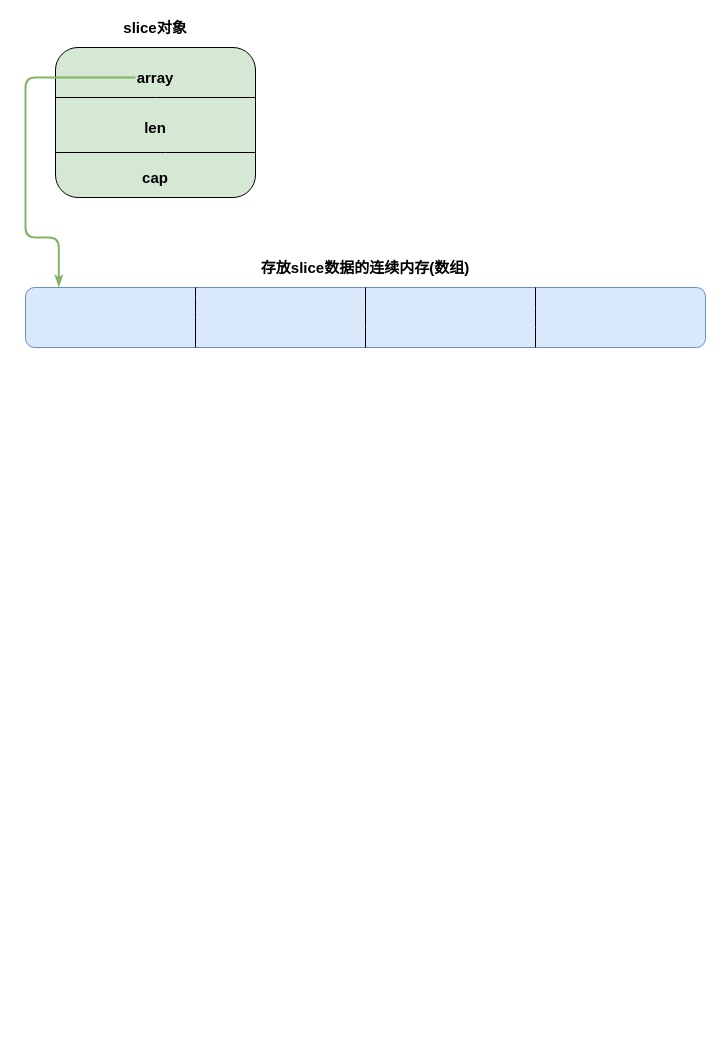
Before: GolangBlog/GoLang学习之slice源码剖析.drawio in HoA-W/drawio, a draw.io diagram. Source tidied: cells renumbered, new cells numbered last; positions are measured from the earlier drawing's top-left corner, leaving out a move shared by most shapes. Both pictures are drawn from the tidied source at 100%, with x=0, y=0 at pixel (25, 17).
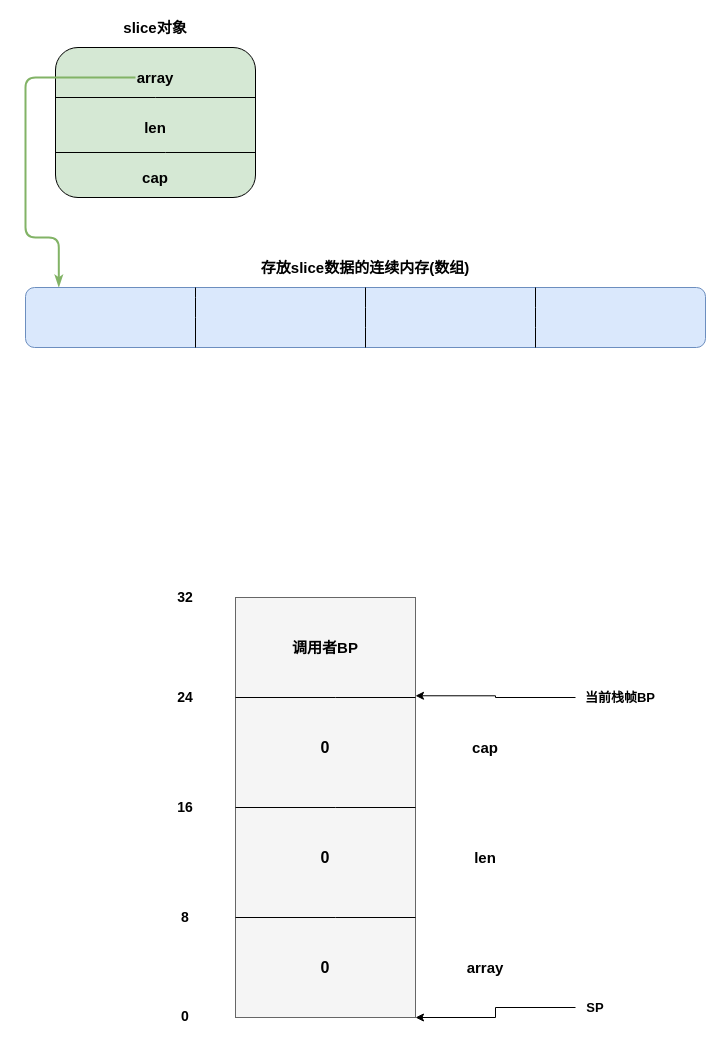
After the change.

Commit message:
update GoLang学习之slice源码剖析.drawio

Diff of the diagram source:
```diff
@@
+    <mxCell id="15" style="rounded=0;whiteSpace=wrap;html=1;fillColor=#f5f5f5;strokeColor=#666666;fontColor=#333333;" parent="1" vertex="1">
+      <mxGeometry x="210" y="580" width="180" height="420" as="geometry" />
+    </mxCell>
+    <mxCell id="16" style="edgeStyle=orthogonalEdgeStyle;rounded=0;orthogonalLoop=1;jettySize=auto;html=1;exitX=0;exitY=0.5;exitDx=0;exitDy=0;entryX=1;entryY=0.5;entryDx=0;entryDy=0;endArrow=none;endFill=0;" parent="1" edge="1" source="15" target="15">
+      <mxGeometry relative="1" as="geometry">
+        <Array as="points">
+          <mxPoint x="310" y="790" />
+          <mxPoint x="310" y="790" />
+        </Array>
+      </mxGeometry>
+    </mxCell>
+    <mxCell id="17" style="edgeStyle=orthogonalEdgeStyle;rounded=0;orthogonalLoop=1;jettySize=auto;html=1;exitX=0;exitY=0.5;exitDx=0;exitDy=0;entryX=1;entryY=0.5;entryDx=0;entryDy=0;endArrow=none;endFill=0;" parent="1" edge="1">
+      <mxGeometry relative="1" as="geometry">
+        <mxPoint x="210" y="680" as="sourcePoint" />
+        <mxPoint x="390" y="680" as="targetPoint" />
+        <Array as="points">
+          <mxPoint x="310" y="680" />
+          <mxPoint x="310" y="680" />
+        </Array>
+      </mxGeometry>
+    </mxCell>
+    <mxCell id="18" style="edgeStyle=orthogonalEdgeStyle;rounded=0;orthogonalLoop=1;jettySize=auto;html=1;exitX=0;exitY=0.5;exitDx=0;exitDy=0;entryX=1;entryY=0.5;entryDx=0;entryDy=0;endArrow=none;endFill=0;" parent="1" edge="1">
+      <mxGeometry relative="1" as="geometry">
+        <mxPoint x="210" y="900" as="sourcePoint" />
+        <mxPoint x="390" y="900" as="targetPoint" />
+        <Array as="points">
+          <mxPoint x="310" y="900" />
+          <mxPoint x="310" y="900" />
+        </Array>
+      </mxGeometry>
+    </mxCell>
+    <mxCell id="19" style="edgeStyle=orthogonalEdgeStyle;rounded=0;jettySize=auto;html=1;exitX=0;exitY=0.5;exitDx=0;exitDy=0;entryX=1;entryY=1;entryDx=0;entryDy=0;endArrow=classic;endFill=1;" parent="1" edge="1" source="20" target="15">
+      <mxGeometry relative="1" as="geometry">
+        <Array as="points">
+          <mxPoint x="470" y="990" />
+          <mxPoint x="470" y="1000" />
+        </Array>
+      </mxGeometry>
+    </mxCell>
+    <mxCell id="20" value="&lt;b&gt;&lt;font style=&quot;font-size: 13px&quot;&gt;SP&lt;/font&gt;&lt;/b&gt;" style="text;html=1;strokeColor=none;fillColor=none;align=center;verticalAlign=middle;whiteSpace=wrap;rounded=0;" parent="1" vertex="1">
+      <mxGeometry x="550" y="980" width="40" height="20" as="geometry" />
+    </mxCell>
+    <mxCell id="21" value="&lt;font style=&quot;font-size: 14px&quot;&gt;&lt;b&gt;0&lt;/b&gt;&lt;/font&gt;" style="text;html=1;strokeColor=none;fillColor=none;align=center;verticalAlign=middle;whiteSpace=wrap;rounded=0;" parent="1" vertex="1">
+      <mxGeometry x="140" y="989" width="40" height="20" as="geometry" />
+    </mxCell>
+    <mxCell id="22" value="&lt;font style=&quot;font-size: 14px&quot;&gt;&lt;b&gt;8&lt;/b&gt;&lt;/font&gt;" style="text;html=1;strokeColor=none;fillColor=none;align=center;verticalAlign=middle;whiteSpace=wrap;rounded=0;" parent="1" vertex="1">
+      <mxGeometry x="140" y="890" width="40" height="20" as="geometry" />
+    </mxCell>
+    <mxCell id="23" value="&lt;font style=&quot;font-size: 14px&quot;&gt;&lt;b&gt;16&lt;/b&gt;&lt;/font&gt;" style="text;html=1;strokeColor=none;fillColor=none;align=center;verticalAlign=middle;whiteSpace=wrap;rounded=0;" parent="1" vertex="1">
+      <mxGeometry x="140" y="780" width="40" height="20" as="geometry" />
+    </mxCell>
+    <mxCell id="24" value="&lt;font style=&quot;font-size: 14px&quot;&gt;&lt;b&gt;24&lt;/b&gt;&lt;/font&gt;" style="text;html=1;strokeColor=none;fillColor=none;align=center;verticalAlign=middle;whiteSpace=wrap;rounded=0;" parent="1" vertex="1">
+      <mxGeometry x="140" y="670" width="40" height="20" as="geometry" />
+    </mxCell>
+    <mxCell id="25" value="&lt;font style=&quot;font-size: 14px&quot;&gt;&lt;b&gt;32&lt;/b&gt;&lt;/font&gt;" style="text;html=1;strokeColor=none;fillColor=none;align=center;verticalAlign=middle;whiteSpace=wrap;rounded=0;" parent="1" vertex="1">
+      <mxGeometry x="140" y="570" width="40" height="20" as="geometry" />
+    </mxCell>
+    <mxCell id="26" value="&lt;font style=&quot;font-size: 15px&quot;&gt;&lt;b&gt;调用者BP&lt;/b&gt;&lt;/font&gt;" style="text;html=1;strokeColor=none;fillColor=none;align=center;verticalAlign=middle;whiteSpace=wrap;rounded=0;" parent="1" vertex="1">
+      <mxGeometry x="260" y="620" width="80" height="20" as="geometry" />
+    </mxCell>
+    <mxCell id="27" style="edgeStyle=orthogonalEdgeStyle;rounded=0;jettySize=auto;html=1;exitX=0;exitY=0.5;exitDx=0;exitDy=0;entryX=1;entryY=0.234;entryDx=0;entryDy=0;entryPerimeter=0;endArrow=classic;endFill=1;" parent="1" edge="1" source="28" target="15">
+      <mxGeometry relative="1" as="geometry" />
+    </mxCell>
+    <mxCell id="28" value="&lt;span style=&quot;font-size: 13px&quot;&gt;&lt;b&gt;当前栈帧BP&lt;/b&gt;&lt;/span&gt;" style="text;html=1;strokeColor=none;fillColor=none;align=center;verticalAlign=middle;whiteSpace=wrap;rounded=0;" parent="1" vertex="1">
+      <mxGeometry x="550" y="670" width="90" height="20" as="geometry" />
+    </mxCell>
+    <mxCell id="29" value="&lt;font style=&quot;font-size: 16px&quot;&gt;&lt;b&gt;0&lt;/b&gt;&lt;/font&gt;" style="text;html=1;strokeColor=none;fillColor=none;align=center;verticalAlign=middle;whiteSpace=wrap;rounded=0;" parent="1" vertex="1">
+      <mxGeometry x="280" y="940" width="40" height="20" as="geometry" />
+    </mxCell>
+    <mxCell id="30" value="&lt;font style=&quot;font-size: 16px&quot;&gt;&lt;b&gt;0&lt;/b&gt;&lt;/font&gt;" style="text;html=1;strokeColor=none;fillColor=none;align=center;verticalAlign=middle;whiteSpace=wrap;rounded=0;" parent="1" vertex="1">
+      <mxGeometry x="280" y="830" width="40" height="20" as="geometry" />
+    </mxCell>
+    <mxCell id="31" value="&lt;font style=&quot;font-size: 16px&quot;&gt;&lt;b&gt;0&lt;/b&gt;&lt;/font&gt;" style="text;html=1;strokeColor=none;fillColor=none;align=center;verticalAlign=middle;whiteSpace=wrap;rounded=0;" parent="1" vertex="1">
+      <mxGeometry x="280" y="720" width="40" height="20" as="geometry" />
+    </mxCell>
+    <mxCell id="32" value="&lt;font style=&quot;font-size: 15px&quot;&gt;&lt;b&gt;cap&lt;/b&gt;&lt;/font&gt;" style="text;html=1;strokeColor=none;fillColor=none;align=center;verticalAlign=middle;whiteSpace=wrap;rounded=0;" parent="1" vertex="1">
+      <mxGeometry x="430" y="720" width="60" height="20" as="geometry" />
+    </mxCell>
+    <mxCell id="33" value="&lt;font style=&quot;font-size: 15px&quot;&gt;&lt;b&gt;len&lt;/b&gt;&lt;/font&gt;" style="text;html=1;strokeColor=none;fillColor=none;align=center;verticalAlign=middle;whiteSpace=wrap;rounded=0;" parent="1" vertex="1">
+      <mxGeometry x="430" y="830" width="60" height="20" as="geometry" />
+    </mxCell>
+    <mxCell id="34" value="&lt;font style=&quot;font-size: 15px&quot;&gt;&lt;b&gt;array&lt;/b&gt;&lt;/font&gt;" style="text;html=1;strokeColor=none;fillColor=none;align=center;verticalAlign=middle;whiteSpace=wrap;rounded=0;" parent="1" vertex="1">
+      <mxGeometry x="430" y="940" width="60" height="20" as="geometry" />
+    </mxCell>
```
